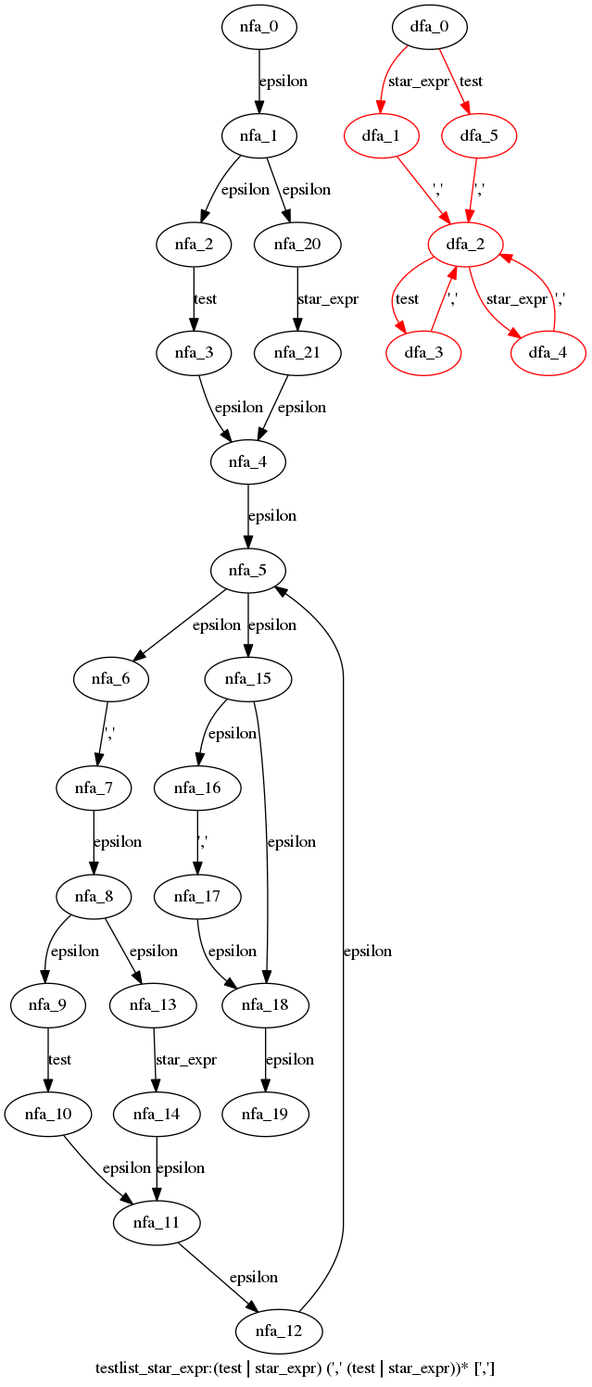
Before: cpython/grammar/handwrite/nfa_dfas/18.testlist_star_expr.dot.png, a diagram exported from Graphviz (WinChua/blog). Its source is kept beside it as cpython/grammar/handwrite/nfa_dfas/18.testlist_star_expr.dot.
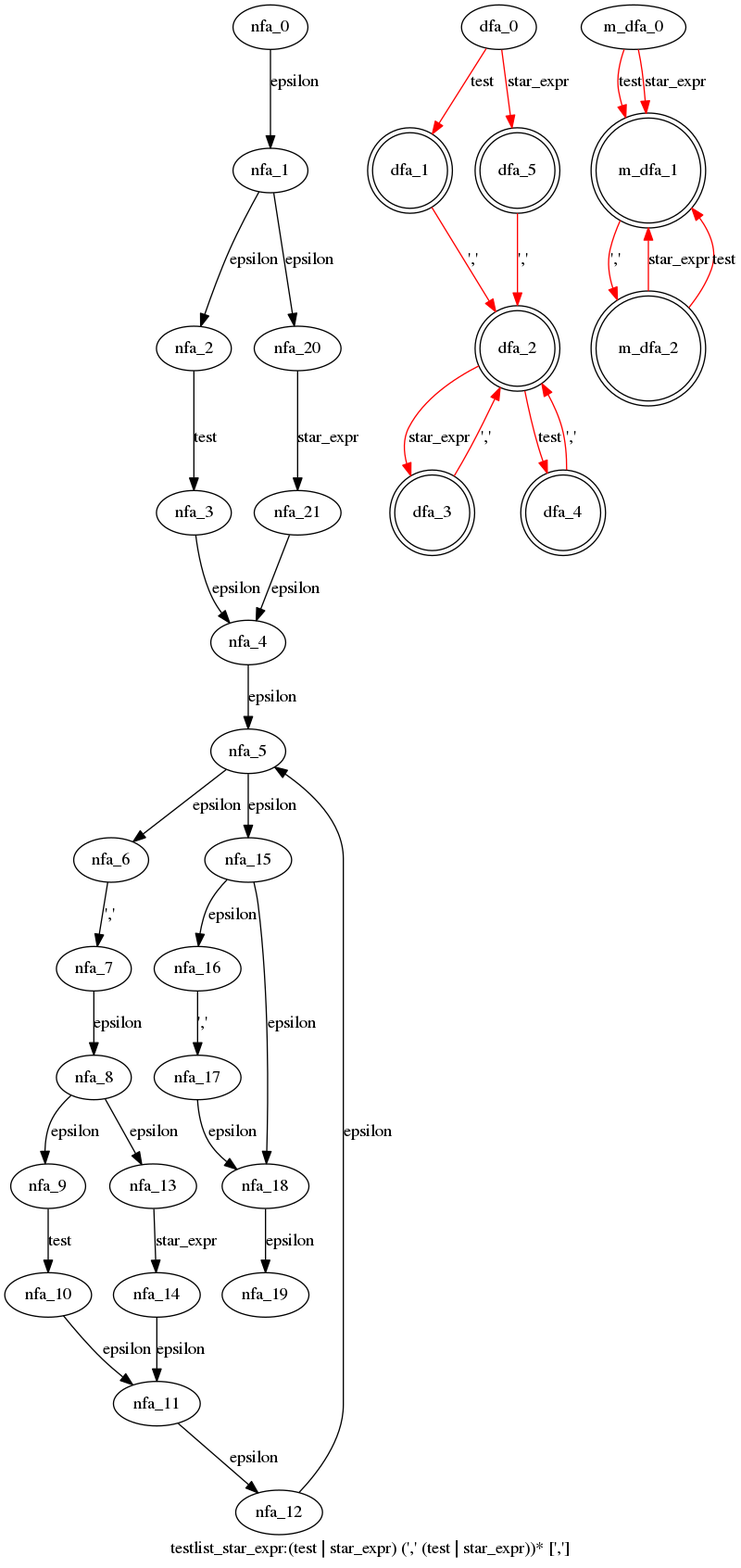
The same diagram one commit later.

Diff of the diagram source:
```diff
@@ -28,18 +28,27 @@
   nfa_21->nfa_4[label="epsilon"]
   }
  subgraph testlist_star_expr_dfa {
-  dfa_0->dfa_1[label="star_expr",color=red]
+  dfa_0->dfa_1[label="test",color=red]
   dfa_1->dfa_2[label="','",color=red]
-  dfa_2->dfa_3[label="test",color=red]
+  dfa_2->dfa_3[label="star_expr",color=red]
   dfa_3->dfa_2[label="','",color=red]
-  dfa_2->dfa_4[label="star_expr",color=red]
+  dfa_2->dfa_4[label="test",color=red]
   dfa_4->dfa_2[label="','",color=red]
-  dfa_0->dfa_5[label="test",color=red]
+  dfa_0->dfa_5[label="star_expr",color=red]
   dfa_5->dfa_2[label="','",color=red]
-  dfa_1[color=red]
-  dfa_2[color=red]
-  dfa_3[color=red]
-  dfa_4[color=red]
-  dfa_5[color=red]
+  dfa_1[shape=doublecircle]
+  dfa_2[shape=doublecircle]
+  dfa_3[shape=doublecircle]
+  dfa_4[shape=doublecircle]
+  dfa_5[shape=doublecircle]
+  }
+ subgraph testlist_star_expr_m_dfa {
+  m_dfa_0->m_dfa_1[label="test",color=red]
+  m_dfa_1->m_dfa_2[label="','",color=red]
+  m_dfa_2->m_dfa_1[label="star_expr",color=red]
+  m_dfa_2->m_dfa_1[label="test",color=red]
+  m_dfa_0->m_dfa_1[label="star_expr",color=red]
+  m_dfa_1[shape=doublecircle]
+  m_dfa_2[shape=doublecircle]
   }
 }
```
